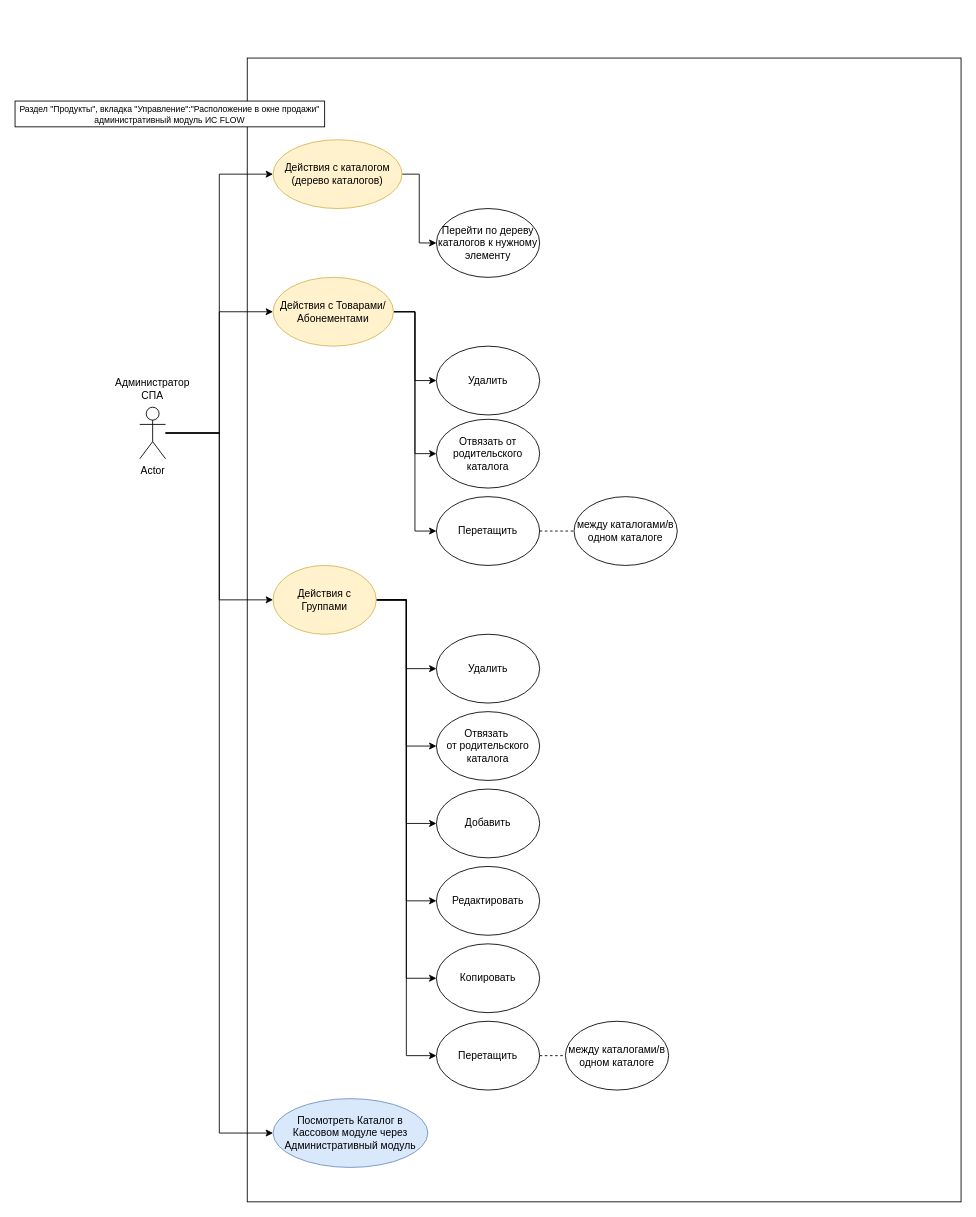
Before: Untitled Diagram.drawio in KsushaKhadzhinova/diagrams, a draw.io diagram. Source tidied: cells renumbered, new cells numbered last; positions are measured from the earlier drawing's top-left corner, leaving out a move shared by most shapes. Both pictures are drawn from the tidied source at 86%, with x=0, y=0 at pixel (15, 58).
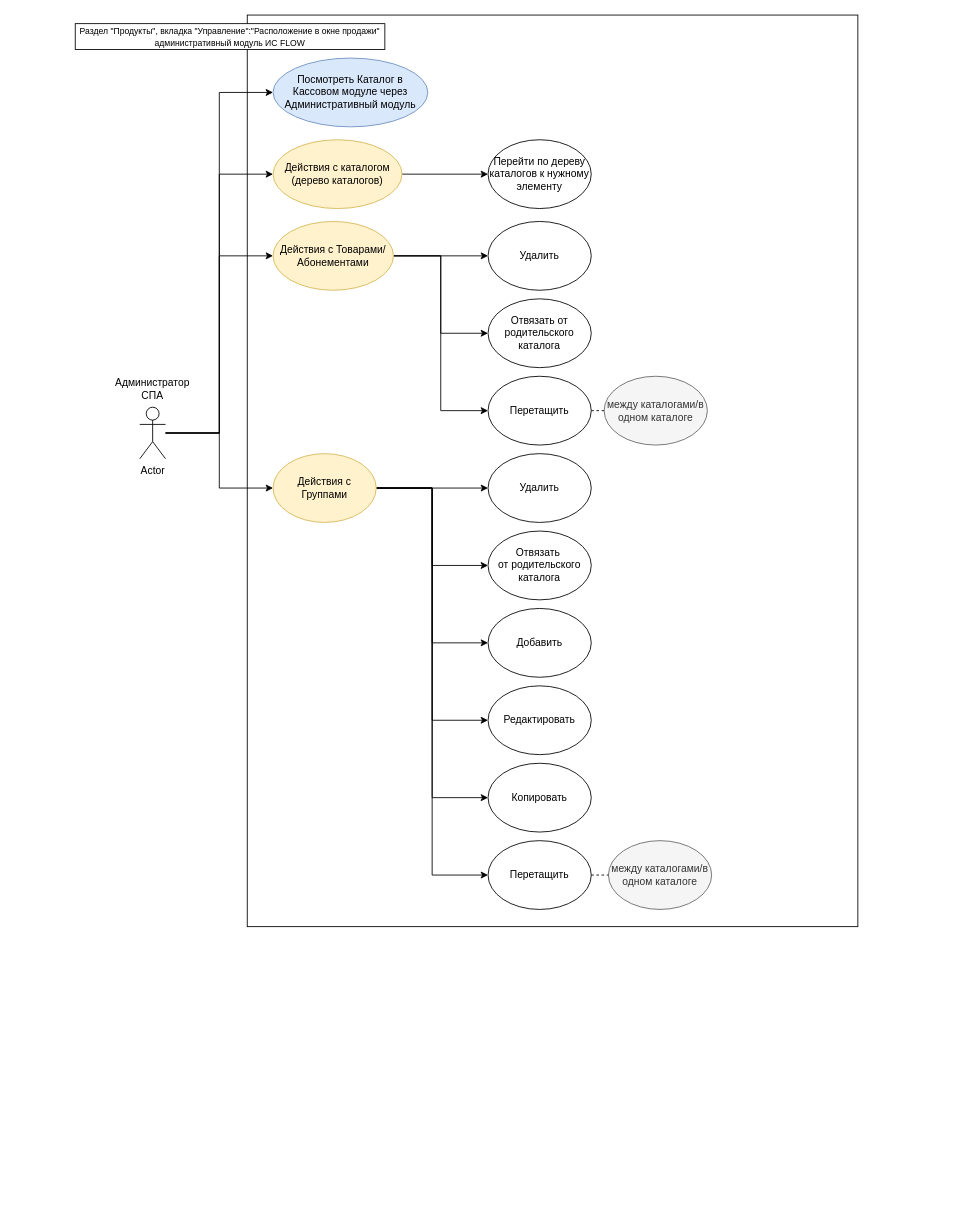
After the change.

The edit, as a diff of the source:
```diff
@@
     <mxCell id="2" style="rounded=0;whiteSpace=wrap;html=1;" parent="1" vertex="1">
-      <mxGeometry x="270" width="830" height="1330" as="geometry" />
+      <mxGeometry x="270" y="-50" width="710" height="1060" as="geometry" />
     </mxCell>
@@
     <mxCell id="9" value="&lt;font style=&quot;font-size: 10px;&quot;&gt;Раздел &quot;Продукты&quot;, вкладка &quot;Управление&quot;:&quot;Расположение в окне продажи&quot;&lt;/font&gt;&lt;div style=&quot;font-size: 10px;&quot;&gt;&lt;font style=&quot;font-size: 10px;&quot;&gt;административный модуль ИС FLOW&lt;/font&gt;&lt;/div&gt;" style="rounded=0;whiteSpace=wrap;html=1;" parent="1" vertex="1">
-      <mxGeometry y="50" width="360" height="30" as="geometry" />
+      <mxGeometry x="70" y="-40" width="360" height="30" as="geometry" />
     </mxCell>
@@
     <mxCell id="15" value="Действия с Товарами/Абонементами" style="ellipse;whiteSpace=wrap;html=1;fillColor=#fff2cc;strokeColor=#d6b656;" parent="1" vertex="1">
-      <mxGeometry x="300" y="255" width="140" height="80" as="geometry" />
+      <mxGeometry x="300" y="190" width="140" height="80" as="geometry" />
     </mxCell>
@@
+    <mxCell id="21" style="edgeStyle=orthogonalEdgeStyle;rounded=0;jettySize=auto;html=1;entryX=0;entryY=0.5;entryDx=0;entryDy=0;" parent="1" edge="1" source="22" target="35">
+      <mxGeometry relative="1" as="geometry" />
+    </mxCell>
-    <mxCell id="20" style="edgeStyle=orthogonalEdgeStyle;rounded=0;jettySize=auto;html=1;" parent="1" edge="1" source="22" target="30">
+    <mxCell id="20" style="edgeStyle=orthogonalEdgeStyle;rounded=0;jettySize=auto;html=1;entryX=0;entryY=0.5;entryDx=0;entryDy=0;" parent="1" edge="1" source="22" target="30">
       <mxGeometry relative="1" as="geometry" />
     </mxCell>
-    <mxCell id="21" style="edgeStyle=orthogonalEdgeStyle;rounded=0;jettySize=auto;html=1;entryX=0;entryY=0.5;entryDx=0;entryDy=0;" parent="1" edge="1" source="22" target="35">
-      <mxGeometry relative="1" as="geometry" />
-    </mxCell>
     <mxCell id="22" value="Действия с Группами" style="ellipse;whiteSpace=wrap;html=1;fillColor=#fff2cc;strokeColor=#d6b656;" parent="1" vertex="1">
-      <mxGeometry x="300" y="590" width="120" height="80" as="geometry" />
+      <mxGeometry x="300" y="460" width="120" height="80" as="geometry" />
     </mxCell>
     <mxCell id="23" value="Посмотреть Каталог в Кассовом модуле через Административный модуль" style="ellipse;whiteSpace=wrap;html=1;fillColor=#dae8fc;strokeColor=#6c8ebf;" parent="1" vertex="1">
-      <mxGeometry x="300" y="1210" width="180" height="80" as="geometry" />
+      <mxGeometry x="300" width="180" height="80" as="geometry" />
     </mxCell>
     <mxCell id="24" value="Перейти по дереву каталогов к нужному элементу" style="ellipse;whiteSpace=wrap;html=1;" parent="1" vertex="1">
-      <mxGeometry x="490" y="175" width="120" height="80" as="geometry" />
+      <mxGeometry x="550" y="95" width="120" height="80" as="geometry" />
     </mxCell>
     <mxCell id="25" value="Добавить" style="ellipse;whiteSpace=wrap;html=1;" parent="1" vertex="1">
-      <mxGeometry x="490" y="850" width="120" height="80" as="geometry" />
+      <mxGeometry x="550" y="640" width="120" height="80" as="geometry" />
     </mxCell>
     <mxCell id="26" value="Удалить" style="ellipse;whiteSpace=wrap;html=1;" parent="1" vertex="1">
-      <mxGeometry x="490" y="335" width="120" height="80" as="geometry" />
+      <mxGeometry x="550" y="190" width="120" height="80" as="geometry" />
     </mxCell>
     <mxCell id="27" value="Редактировать" style="ellipse;whiteSpace=wrap;html=1;" parent="1" vertex="1">
-      <mxGeometry x="490" y="940" width="120" height="80" as="geometry" />
+      <mxGeometry x="550" y="730" width="120" height="80" as="geometry" />
     </mxCell>
     <mxCell id="28" value="Копировать" style="ellipse;whiteSpace=wrap;html=1;" parent="1" vertex="1">
-      <mxGeometry x="490" y="1030" width="120" height="80" as="geometry" />
+      <mxGeometry x="550" y="820" width="120" height="80" as="geometry" />
     </mxCell>
     <mxCell id="29" value="Отвязать от родительского каталога" style="ellipse;whiteSpace=wrap;html=1;" parent="1" vertex="1">
-      <mxGeometry x="490" y="420" width="120" height="80" as="geometry" />
+      <mxGeometry x="550" y="280" width="120" height="80" as="geometry" />
     </mxCell>
     <mxCell id="30" value="Удалить" style="ellipse;whiteSpace=wrap;html=1;" parent="1" vertex="1">
-      <mxGeometry x="490" y="670" width="120" height="80" as="geometry" />
+      <mxGeometry x="550" y="460" width="120" height="80" as="geometry" />
     </mxCell>
     <mxCell id="31" value="Отвязать&amp;nbsp;&lt;div&gt;от родительского каталога&lt;/div&gt;" style="ellipse;whiteSpace=wrap;html=1;" parent="1" vertex="1">
-      <mxGeometry x="490" y="760" width="120" height="80" as="geometry" />
+      <mxGeometry x="550" y="550" width="120" height="80" as="geometry" />
     </mxCell>
     <mxCell id="32" value="Перетащить" style="ellipse;whiteSpace=wrap;html=1;" parent="1" vertex="1">
-      <mxGeometry x="490" y="510" width="120" height="80" as="geometry" />
+      <mxGeometry x="550" y="370" width="120" height="80" as="geometry" />
     </mxCell>
-    <mxCell id="33" value="между каталогами/в одном каталоге" style="ellipse;whiteSpace=wrap;html=1;" parent="1" vertex="1">
-      <mxGeometry x="650" y="510" width="120" height="80" as="geometry" />
+    <mxCell id="33" value="между каталогами/в одном каталоге" style="ellipse;whiteSpace=wrap;html=1;fillColor=#f5f5f5;fontColor=#333333;strokeColor=#666666;" parent="1" vertex="1">
+      <mxGeometry x="685" y="370" width="120" height="80" as="geometry" />
     </mxCell>
@@
     <mxCell id="35" value="Перетащить" style="ellipse;whiteSpace=wrap;html=1;" parent="1" vertex="1">
-      <mxGeometry x="490" y="1120" width="120" height="80" as="geometry" />
+      <mxGeometry x="550" y="910" width="120" height="80" as="geometry" />
     </mxCell>
-    <mxCell id="36" value="между каталогами/в одном каталоге" style="ellipse;whiteSpace=wrap;html=1;" parent="1" vertex="1">
-      <mxGeometry x="640" y="1120" width="120" height="80" as="geometry" />
+    <mxCell id="36" value="между каталогами/в одном каталоге" style="ellipse;whiteSpace=wrap;html=1;fillColor=#f5f5f5;fontColor=#333333;strokeColor=#666666;" parent="1" vertex="1">
+      <mxGeometry x="690" y="910" width="120" height="80" as="geometry" />
     </mxCell>
```
